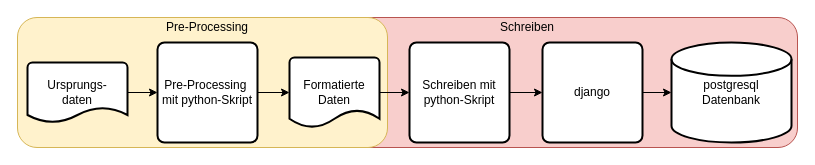
Earlier version of the draw.io diagram page "general_workflow" (4 of 4) of 02_work_doc/01_daten/sources2db.drawio (TUB-DVG/wissen-digital-ewb). Source tidied: cells renumbered, new cells numbered last; positions are measured from the earlier drawing's top-left corner, leaving out a move shared by most shapes. Both pictures are drawn from the tidied source at 100%, with x=0, y=0 at pixel (17, 17).
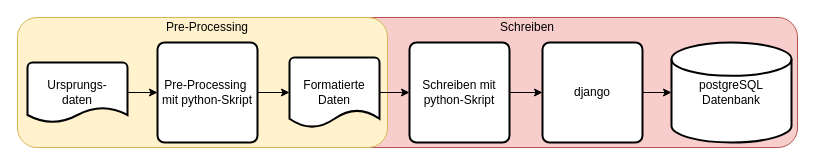
The same diagram, later.

The edit, as a diff of the source:
```diff
@@
 <mxGraphModel>
   <root>
     <mxCell id="0" />
     <mxCell id="1" parent="0" />
     <mxCell id="2" style="rounded=1;whiteSpace=wrap;html=1;fillColor=#f8cecc;strokeColor=#b85450;" parent="1" vertex="1">
       <mxGeometry x="280" width="500" height="130" as="geometry" />
     </mxCell>
     <mxCell id="3" value="Schreiben" style="text;html=1;strokeColor=none;fillColor=none;align=center;verticalAlign=middle;whiteSpace=wrap;rounded=0;" parent="1" vertex="1">
       <mxGeometry x="465" width="90" height="20" as="geometry" />
     </mxCell>
     <mxCell id="4" style="rounded=1;whiteSpace=wrap;html=1;fillColor=#fff2cc;strokeColor=#d6b656;" parent="1" vertex="1">
       <mxGeometry width="370" height="130" as="geometry" />
     </mxCell>
     <mxCell id="5" style="edgeStyle=orthogonalEdgeStyle;rounded=0;jettySize=auto;html=1;exitX=1;exitY=0.5;exitDx=0;exitDy=0;entryX=0;entryY=0.5;entryDx=0;entryDy=0;endArrow=classic;endFill=1;exitPerimeter=0;" parent="1" edge="1" source="14" target="7">
       <mxGeometry relative="1" as="geometry" />
     </mxCell>
     <mxCell id="6" style="edgeStyle=orthogonalEdgeStyle;rounded=0;jettySize=auto;html=1;exitX=1;exitY=0.5;exitDx=0;exitDy=0;entryX=0;entryY=0.5;entryDx=0;entryDy=0;endArrow=classic;endFill=1;entryPerimeter=0;" parent="1" edge="1" source="7" target="8">
       <mxGeometry relative="1" as="geometry" />
     </mxCell>
     <mxCell id="7" value="Pre-Processing&amp;nbsp;&lt;br&gt;mit python-Skript" style="rounded=1;whiteSpace=wrap;html=1;absoluteArcSize=1;arcSize=14;strokeWidth=2;" parent="1" vertex="1">
       <mxGeometry x="140" y="25" width="100" height="100" as="geometry" />
     </mxCell>
     <mxCell id="8" value="&lt;span&gt;Formatierte Daten&lt;/span&gt;" style="strokeWidth=2;html=1;shape=mxgraph.flowchart.document2;whiteSpace=wrap;size=0.25;" parent="1" vertex="1">
       <mxGeometry x="272" y="40" width="90" height="70" as="geometry" />
     </mxCell>
-    <mxCell id="9" value="postgresql&lt;br&gt;Datenbank" style="strokeWidth=2;html=1;shape=mxgraph.flowchart.database;whiteSpace=wrap;" parent="1" vertex="1">
+    <mxCell id="9" value="postgreSQL&lt;br&gt;Datenbank" style="strokeWidth=2;html=1;shape=mxgraph.flowchart.database;whiteSpace=wrap;" parent="1" vertex="1">
       <mxGeometry x="654" y="25" width="120" height="100" as="geometry" />
     </mxCell>
     <mxCell id="10" style="edgeStyle=orthogonalEdgeStyle;rounded=0;jettySize=auto;html=1;exitX=1;exitY=0.5;exitDx=0;exitDy=0;endArrow=classic;endFill=1;entryX=0;entryY=0.5;entryDx=0;entryDy=0;entryPerimeter=0;" parent="1" edge="1" source="11" target="9">
       <mxGeometry relative="1" as="geometry" />
     </mxCell>
     <mxCell id="11" value="django" style="rounded=1;whiteSpace=wrap;html=1;absoluteArcSize=1;arcSize=14;strokeWidth=2;" parent="1" vertex="1">
       <mxGeometry x="525" y="25" width="100" height="100" as="geometry" />
     </mxCell>
     <mxCell id="12" style="edgeStyle=orthogonalEdgeStyle;rounded=0;jettySize=auto;html=1;exitX=1;exitY=0.5;exitDx=0;exitDy=0;endArrow=classic;endFill=1;" parent="1" edge="1" source="13" target="11">
       <mxGeometry relative="1" as="geometry" />
     </mxCell>
     <mxCell id="13" value="Schreiben mit python-Skript" style="rounded=1;whiteSpace=wrap;html=1;absoluteArcSize=1;arcSize=14;strokeWidth=2;" parent="1" vertex="1">
       <mxGeometry x="392" y="25" width="100" height="100" as="geometry" />
     </mxCell>
     <mxCell id="14" value="Ursprungs-&lt;br&gt;daten" style="strokeWidth=2;html=1;shape=mxgraph.flowchart.document2;whiteSpace=wrap;size=0.25;" parent="1" vertex="1">
       <mxGeometry x="10" y="45" width="100" height="60" as="geometry" />
     </mxCell>
     <mxCell id="15" value="Pre-Processing" style="text;html=1;strokeColor=none;fillColor=none;align=center;verticalAlign=middle;whiteSpace=wrap;rounded=0;" parent="1" vertex="1">
       <mxGeometry x="145" width="90" height="20" as="geometry" />
     </mxCell>
     <mxCell id="16" style="edgeStyle=orthogonalEdgeStyle;rounded=0;jettySize=auto;html=1;endArrow=classic;endFill=1;exitX=1;exitY=0.5;exitDx=0;exitDy=0;exitPerimeter=0;entryX=0;entryY=0.5;entryDx=0;entryDy=0;" parent="1" edge="1" source="8" target="13">
       <mxGeometry relative="1" as="geometry" />
     </mxCell>
   </root>
 </mxGraphModel>
```
